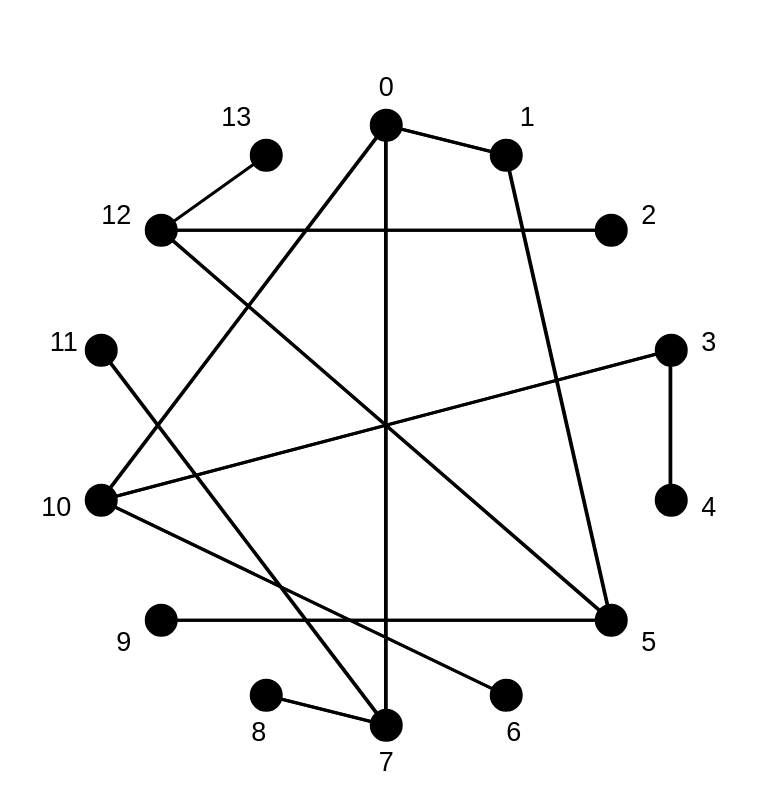
Earlier version of the draw.io diagram graduation-research/midterm/draw.io/IST2.drawio (fjmrytfjsn/5th). Source tidied: cells renumbered, new cells numbered last; positions are measured from the earlier drawing's top-left corner, leaving out a move shared by most shapes. Both pictures are drawn from the tidied source at 150%, with x=0, y=0 at pixel (26, 64).
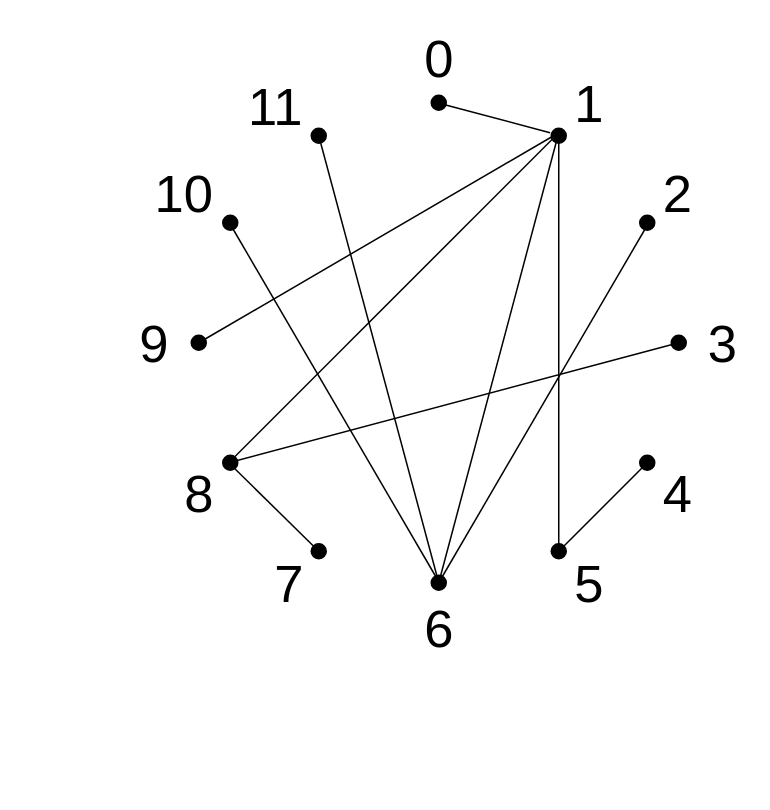
After the change.

Diff of the diagram source:
```diff
@@
-    <mxCell id="2" style="ellipse;whiteSpace=wrap;html=1;fillColor=#000000;fontSize=18;strokeWidth=2;" parent="1" vertex="1">
-      <mxGeometry x="230" y="30" width="20" height="20" as="geometry" />
-    </mxCell>
-    <mxCell id="3" style="ellipse;whiteSpace=wrap;html=1;fillColor=#000000;fontSize=18;strokeWidth=2;" parent="1" vertex="1">
-      <mxGeometry x="230" y="430" width="20" height="20" as="geometry" />
-    </mxCell>
-    <mxCell id="4" style="ellipse;whiteSpace=wrap;html=1;fillColor=#000000;fontSize=18;strokeWidth=2;" parent="1" vertex="1">
-      <mxGeometry x="40" y="280" width="20" height="20" as="geometry" />
-    </mxCell>
-    <mxCell id="5" style="ellipse;whiteSpace=wrap;html=1;fillColor=#000000;fontSize=18;strokeWidth=2;" parent="1" vertex="1">
-      <mxGeometry x="40" y="180" width="20" height="20" as="geometry" />
-    </mxCell>
-    <mxCell id="6" style="ellipse;whiteSpace=wrap;html=1;fillColor=#000000;fontSize=18;strokeWidth=2;" parent="1" vertex="1">
-      <mxGeometry x="80" y="100" width="20" height="20" as="geometry" />
-    </mxCell>
-    <mxCell id="7" style="ellipse;whiteSpace=wrap;html=1;fillColor=#000000;fontSize=18;strokeWidth=2;" parent="1" vertex="1">
-      <mxGeometry x="150" y="50" width="20" height="20" as="geometry" />
-    </mxCell>
-    <mxCell id="8" style="ellipse;whiteSpace=wrap;html=1;fillColor=#000000;fontSize=18;strokeWidth=2;" parent="1" vertex="1">
-      <mxGeometry x="80" y="360" width="20" height="20" as="geometry" />
-    </mxCell>
-    <mxCell id="9" style="ellipse;whiteSpace=wrap;html=1;fillColor=#000000;fontSize=18;strokeWidth=2;" parent="1" vertex="1">
-      <mxGeometry x="150" y="410" width="20" height="20" as="geometry" />
-    </mxCell>
-    <mxCell id="10" style="ellipse;whiteSpace=wrap;html=1;fillColor=#000000;fontSize=18;strokeWidth=2;" parent="1" vertex="1">
-      <mxGeometry x="420" y="280" width="20" height="20" as="geometry" />
-    </mxCell>
-    <mxCell id="11" style="ellipse;whiteSpace=wrap;html=1;fillColor=#000000;fontSize=18;strokeWidth=2;" parent="1" vertex="1">
-      <mxGeometry x="420" y="180" width="20" height="20" as="geometry" />
-    </mxCell>
-    <mxCell id="12" style="ellipse;whiteSpace=wrap;html=1;fillColor=#000000;fontSize=18;strokeWidth=2;" parent="1" vertex="1">
-      <mxGeometry x="380" y="100" width="20" height="20" as="geometry" />
-    </mxCell>
-    <mxCell id="13" style="ellipse;whiteSpace=wrap;html=1;fillColor=#000000;fontSize=18;strokeWidth=2;" parent="1" vertex="1">
-      <mxGeometry x="380" y="360" width="20" height="20" as="geometry" />
-    </mxCell>
-    <mxCell id="14" style="ellipse;whiteSpace=wrap;html=1;fillColor=#000000;fontSize=18;strokeWidth=2;" parent="1" vertex="1">
-      <mxGeometry x="310" y="50" width="20" height="20" as="geometry" />
-    </mxCell>
-    <mxCell id="15" style="ellipse;whiteSpace=wrap;html=1;fillColor=#000000;fontSize=18;strokeWidth=2;" parent="1" vertex="1">
-      <mxGeometry x="310" y="410" width="20" height="20" as="geometry" />
-    </mxCell>
-    <mxCell id="16" style="endArrow=none;html=1;fontSize=18;strokeWidth=2;" parent="1" edge="1">
-      <mxGeometry relative="1" as="geometry">
-        <mxPoint x="320" y="60" as="sourcePoint" />
-        <mxPoint x="240" y="40" as="targetPoint" />
-      </mxGeometry>
-    </mxCell>
-    <mxCell id="17" style="endArrow=none;html=1;fontSize=18;strokeWidth=2;" parent="1" edge="1">
-      <mxGeometry relative="1" as="geometry">
-        <mxPoint x="240" y="440" as="sourcePoint" />
-        <mxPoint x="160" y="420" as="targetPoint" />
-      </mxGeometry>
-    </mxCell>
-    <mxCell id="18" style="endArrow=none;html=1;fontSize=18;strokeWidth=2;" parent="1" edge="1">
-      <mxGeometry relative="1" as="geometry">
-        <mxPoint x="429.7" y="290" as="sourcePoint" />
-        <mxPoint x="429.7" y="190" as="targetPoint" />
-      </mxGeometry>
-    </mxCell>
-    <mxCell id="19" style="endArrow=none;html=1;fontSize=18;strokeWidth=2;" parent="1" edge="1">
-      <mxGeometry relative="1" as="geometry">
-        <mxPoint x="90" y="110" as="sourcePoint" />
-        <mxPoint x="160" y="60" as="targetPoint" />
-      </mxGeometry>
-    </mxCell>
+    <mxCell id="55" style="ellipse;whiteSpace=wrap;html=1;fillColor=#000000;" parent="1" vertex="1">
+      <mxGeometry x="270" y="340" width="10" height="10" as="geometry" />
+    </mxCell>
+    <mxCell id="56" style="ellipse;whiteSpace=wrap;html=1;fillColor=#000000;" parent="1" vertex="1">
+      <mxGeometry x="430" y="180" width="10" height="10" as="geometry" />
+    </mxCell>
+    <mxCell id="57" style="ellipse;whiteSpace=wrap;html=1;fillColor=#000000;" parent="1" vertex="1">
+      <mxGeometry x="110" y="180" width="10" height="10" as="geometry" />
+    </mxCell>
+    <mxCell id="58" style="ellipse;whiteSpace=wrap;html=1;fillColor=#000000;" parent="1" vertex="1">
+      <mxGeometry x="270" y="20" width="10" height="10" as="geometry" />
+    </mxCell>
+    <mxCell id="59" style="ellipse;whiteSpace=wrap;html=1;fillColor=#000000;" parent="1" vertex="1">
+      <mxGeometry x="350" y="319" width="10" height="10" as="geometry" />
+    </mxCell>
+    <mxCell id="60" style="ellipse;whiteSpace=wrap;html=1;fillColor=#000000;" parent="1" vertex="1">
+      <mxGeometry x="190" y="319" width="10" height="10" as="geometry" />
+    </mxCell>
+    <mxCell id="61" style="ellipse;whiteSpace=wrap;html=1;fillColor=#000000;" parent="1" vertex="1">
+      <mxGeometry x="131" y="260" width="10" height="10" as="geometry" />
+    </mxCell>
+    <mxCell id="62" style="ellipse;whiteSpace=wrap;html=1;fillColor=#000000;" parent="1" vertex="1">
+      <mxGeometry x="131" y="100" width="10" height="10" as="geometry" />
+    </mxCell>
+    <mxCell id="63" style="ellipse;whiteSpace=wrap;html=1;fillColor=#000000;" parent="1" vertex="1">
+      <mxGeometry x="190" y="42" width="10" height="10" as="geometry" />
+    </mxCell>
+    <mxCell id="64" style="ellipse;whiteSpace=wrap;html=1;fillColor=#000000;" parent="1" vertex="1">
+      <mxGeometry x="350" y="42" width="10" height="10" as="geometry" />
+    </mxCell>
+    <mxCell id="65" style="ellipse;whiteSpace=wrap;html=1;fillColor=#000000;" parent="1" vertex="1">
+      <mxGeometry x="409" y="100" width="10" height="10" as="geometry" />
+    </mxCell>
+    <mxCell id="66" style="ellipse;whiteSpace=wrap;html=1;fillColor=#000000;" parent="1" vertex="1">
+      <mxGeometry x="409" y="260" width="10" height="10" as="geometry" />
+    </mxCell>
+    <mxCell id="67" style="endArrow=none;html=1;exitX=0.4;exitY=0.5;exitDx=0;exitDy=0;exitPerimeter=0;" parent="1" edge="1" source="61">
+      <mxGeometry relative="1" as="geometry">
+        <mxPoint x="195" y="324" as="targetPoint" />
+      </mxGeometry>
+    </mxCell>
+    <mxCell id="68" style="endArrow=none;html=1;entryX=0;entryY=0.5;entryDx=0;entryDy=0;exitX=0.984;exitY=0.732;exitDx=0;exitDy=0;exitPerimeter=0;" parent="1" edge="1">
+      <mxGeometry relative="1" as="geometry">
+        <mxPoint x="279" y="26.3" as="sourcePoint" />
+        <mxPoint x="349.2" y="45" as="targetPoint" />
+      </mxGeometry>
+    </mxCell>
+    <mxCell id="69" style="endArrow=none;html=1;" parent="1" edge="1">
+      <mxGeometry relative="1" as="geometry">
+        <mxPoint x="358.5" y="320.5" as="sourcePoint" />
+        <mxPoint x="410.5" y="268.5" as="targetPoint" />
+      </mxGeometry>
+    </mxCell>
+    <mxCell id="70" style="endArrow=none;html=1;" parent="1" edge="1">
+      <mxGeometry relative="1" as="geometry">
+        <mxPoint x="276" y="346" as="sourcePoint" />
+        <mxPoint x="136" y="106" as="targetPoint" />
+      </mxGeometry>
+    </mxCell>
+    <mxCell id="71" style="endArrow=none;html=1;exitX=0.5;exitY=0;exitDx=0;exitDy=0;" parent="1" edge="1" source="59" target="64">
+      <mxGeometry relative="1" as="geometry" />
+    </mxCell>
+    <mxCell id="72" style="endArrow=none;html=1;" parent="1" edge="1">
+      <mxGeometry relative="1" as="geometry">
+        <mxPoint x="275" y="345" as="sourcePoint" />
+        <mxPoint x="415" y="105" as="targetPoint" />
+      </mxGeometry>
+    </mxCell>
+    <mxCell id="73" style="endArrow=none;html=1;" parent="1" edge="1">
+      <mxGeometry relative="1" as="geometry">
+        <mxPoint x="355" y="45" as="sourcePoint" />
+        <mxPoint x="115" y="185" as="targetPoint" />
+      </mxGeometry>
+    </mxCell>
+    <mxCell id="74" style="endArrow=none;html=1;" parent="1" edge="1">
+      <mxGeometry relative="1" as="geometry">
+        <mxPoint x="275" y="345" as="sourcePoint" />
+        <mxPoint x="355" y="45" as="targetPoint" />
+      </mxGeometry>
+    </mxCell>
+    <mxCell id="75" style="endArrow=none;html=1;" parent="1" edge="1">
+      <mxGeometry relative="1" as="geometry">
+        <mxPoint x="135" y="265" as="sourcePoint" />
+        <mxPoint x="435" y="185" as="targetPoint" />
+      </mxGeometry>
+    </mxCell>
+    <mxCell id="76" style="endArrow=none;html=1;" parent="1" edge="1" source="63">
+      <mxGeometry relative="1" as="geometry">
+        <mxPoint x="275" y="345" as="targetPoint" />
+      </mxGeometry>
+    </mxCell>
+    <mxCell id="77" style="endArrow=none;html=1;" parent="1" edge="1">
+      <mxGeometry relative="1" as="geometry">
+        <mxPoint x="355" y="45" as="sourcePoint" />
+        <mxPoint x="135" y="265" as="targetPoint" />
+      </mxGeometry>
+    </mxCell>
-    <mxCell id="20" value="0" style="text;html=1;align=center;verticalAlign=middle;fontSize=18;strokeWidth=2;" parent="1" vertex="1">
-      <mxGeometry x="225" width="30" height="30" as="geometry" />
+    <mxCell id="20" value="&lt;font&gt;&lt;font style=&quot;font-size: 35px&quot;&gt;0&lt;/font&gt;&lt;br&gt;&lt;/font&gt;" style="text;html=1;align=center;verticalAlign=middle;" parent="1" vertex="1">
+      <mxGeometry x="260" y="-20" width="30" height="30" as="geometry" />
     </mxCell>
-    <mxCell id="21" value="1" style="text;html=1;align=center;verticalAlign=middle;fontSize=18;strokeWidth=2;" parent="1" vertex="1">
-      <mxGeometry x="319" y="20" width="30" height="30" as="geometry" />
+    <mxCell id="21" value="&lt;font&gt;&lt;font style=&quot;font-size: 35px&quot;&gt;1&lt;/font&gt;&lt;br&gt;&lt;/font&gt;" style="text;html=1;align=center;verticalAlign=middle;" parent="1" vertex="1">
+      <mxGeometry x="360" y="10" width="30" height="30" as="geometry" />
     </mxCell>
-    <mxCell id="22" value="2" style="text;html=1;align=center;verticalAlign=middle;fontSize=18;strokeWidth=2;" parent="1" vertex="1">
-      <mxGeometry x="400" y="85" width="30" height="30" as="geometry" />
+    <mxCell id="22" value="&lt;font&gt;&lt;font style=&quot;font-size: 35px&quot;&gt;2&lt;/font&gt;&lt;br&gt;&lt;/font&gt;" style="text;html=1;align=center;verticalAlign=middle;" parent="1" vertex="1">
+      <mxGeometry x="419" y="70" width="30" height="30" as="geometry" />
     </mxCell>
-    <mxCell id="23" value="3" style="text;html=1;align=center;verticalAlign=middle;fontSize=18;strokeWidth=2;" parent="1" vertex="1">
-      <mxGeometry x="440" y="170" width="30" height="30" as="geometry" />
+    <mxCell id="23" value="&lt;font&gt;&lt;font style=&quot;font-size: 35px&quot;&gt;3&lt;/font&gt;&lt;br&gt;&lt;/font&gt;" style="text;html=1;align=center;verticalAlign=middle;" parent="1" vertex="1">
+      <mxGeometry x="449" y="170" width="30" height="30" as="geometry" />
     </mxCell>
-    <mxCell id="24" value="4" style="text;html=1;align=center;verticalAlign=middle;fontSize=18;strokeWidth=2;" parent="1" vertex="1">
-      <mxGeometry x="440" y="280" width="30" height="30" as="geometry" />
+    <mxCell id="24" value="&lt;font&gt;&lt;font style=&quot;font-size: 35px&quot;&gt;4&lt;/font&gt;&lt;br&gt;&lt;/font&gt;" style="text;html=1;align=center;verticalAlign=middle;" parent="1" vertex="1">
+      <mxGeometry x="419" y="270" width="30" height="30" as="geometry" />
     </mxCell>
-    <mxCell id="25" value="5" style="text;html=1;align=center;verticalAlign=middle;fontSize=18;strokeWidth=2;" parent="1" vertex="1">
-      <mxGeometry x="400" y="370" width="30" height="30" as="geometry" />
+    <mxCell id="25" value="&lt;font&gt;&lt;font style=&quot;font-size: 35px&quot;&gt;5&lt;/font&gt;&lt;br&gt;&lt;/font&gt;" style="text;html=1;align=center;verticalAlign=middle;" parent="1" vertex="1">
+      <mxGeometry x="360" y="330" width="30" height="30" as="geometry" />
     </mxCell>
-    <mxCell id="26" value="6" style="text;html=1;align=center;verticalAlign=middle;fontSize=18;strokeWidth=2;" parent="1" vertex="1">
-      <mxGeometry x="310" y="430" width="30" height="30" as="geometry" />
+    <mxCell id="26" value="&lt;font&gt;&lt;font style=&quot;font-size: 35px&quot;&gt;6&lt;/font&gt;&lt;br&gt;&lt;/font&gt;" style="text;html=1;align=center;verticalAlign=middle;" parent="1" vertex="1">
+      <mxGeometry x="260" y="360" width="30" height="30" as="geometry" />
     </mxCell>
-    <mxCell id="27" value="7" style="text;html=1;align=center;verticalAlign=middle;fontSize=18;strokeWidth=2;" parent="1" vertex="1">
-      <mxGeometry x="225" y="450" width="30" height="30" as="geometry" />
+    <mxCell id="27" value="&lt;font&gt;&lt;font style=&quot;font-size: 35px&quot;&gt;7&lt;/font&gt;&lt;br&gt;&lt;/font&gt;" style="text;html=1;align=center;verticalAlign=middle;" parent="1" vertex="1">
+      <mxGeometry x="160" y="330" width="30" height="30" as="geometry" />
     </mxCell>
-    <mxCell id="28" value="8" style="text;html=1;align=center;verticalAlign=middle;fontSize=18;strokeWidth=2;" parent="1" vertex="1">
-      <mxGeometry x="140" y="430" width="30" height="30" as="geometry" />
+    <mxCell id="28" value="&lt;font&gt;&lt;font style=&quot;font-size: 35px&quot;&gt;8&lt;/font&gt;&lt;br&gt;&lt;/font&gt;" style="text;html=1;align=center;verticalAlign=middle;" parent="1" vertex="1">
+      <mxGeometry x="100" y="270" width="30" height="30" as="geometry" />
     </mxCell>
-    <mxCell id="29" value="9" style="text;html=1;align=center;verticalAlign=middle;fontSize=18;strokeWidth=2;" parent="1" vertex="1">
-      <mxGeometry x="50" y="370" width="30" height="30" as="geometry" />
+    <mxCell id="29" value="&lt;font&gt;&lt;font style=&quot;font-size: 35px&quot;&gt;9&lt;/font&gt;&lt;br&gt;&lt;/font&gt;" style="text;html=1;align=center;verticalAlign=middle;" parent="1" vertex="1">
+      <mxGeometry x="70" y="170" width="30" height="30" as="geometry" />
     </mxCell>
-    <mxCell id="30" value="10" style="text;html=1;align=center;verticalAlign=middle;fontSize=18;strokeWidth=2;" parent="1" vertex="1">
-      <mxGeometry y="280" width="40" height="30" as="geometry" />
+    <mxCell id="30" value="&lt;font&gt;&lt;font style=&quot;font-size: 35px&quot;&gt;10&lt;/font&gt;&lt;br&gt;&lt;/font&gt;" style="text;html=1;align=center;verticalAlign=middle;" parent="1" vertex="1">
+      <mxGeometry x="80" y="70" width="50" height="30" as="geometry" />
     </mxCell>
-    <mxCell id="31" value="11" style="text;html=1;align=center;verticalAlign=middle;fontSize=18;strokeWidth=2;" parent="1" vertex="1">
-      <mxGeometry x="10" y="170" width="30" height="30" as="geometry" />
+    <mxCell id="31" value="&lt;font&gt;&lt;font style=&quot;font-size: 35px&quot;&gt;11&lt;/font&gt;&lt;br&gt;&lt;/font&gt;" style="text;html=1;align=center;verticalAlign=middle;" parent="1" vertex="1">
+      <mxGeometry x="141" y="12" width="50" height="30" as="geometry" />
     </mxCell>
-    <mxCell id="32" value="12" style="text;html=1;align=center;verticalAlign=middle;fontSize=18;strokeWidth=2;" parent="1" vertex="1">
-      <mxGeometry x="40" y="85" width="40" height="30" as="geometry" />
-    </mxCell>
-    <mxCell id="33" value="13" style="text;html=1;align=center;verticalAlign=middle;fontSize=18;strokeWidth=2;" parent="1" vertex="1">
-      <mxGeometry x="120" y="20" width="40" height="30" as="geometry" />
-    </mxCell>
-    <mxCell id="34" style="endArrow=none;html=1;strokeWidth=2;" parent="1" edge="1">
-      <mxGeometry relative="1" as="geometry">
-        <mxPoint x="390" y="370" as="sourcePoint" />
-        <mxPoint x="320" y="60" as="targetPoint" />
-      </mxGeometry>
-    </mxCell>
-    <mxCell id="35" style="endArrow=none;html=1;strokeWidth=2;" parent="1" edge="1">
-      <mxGeometry relative="1" as="geometry">
-        <mxPoint x="50" y="290" as="sourcePoint" />
-        <mxPoint x="320" y="420" as="targetPoint" />
-      </mxGeometry>
-    </mxCell>
-    <mxCell id="36" style="endArrow=none;html=1;strokeWidth=2;" parent="1" edge="1">
-      <mxGeometry relative="1" as="geometry">
-        <mxPoint x="390" y="370" as="sourcePoint" />
-        <mxPoint x="90" y="370" as="targetPoint" />
-      </mxGeometry>
-    </mxCell>
-    <mxCell id="37" style="endArrow=none;html=1;strokeWidth=2;" parent="1" edge="1">
-      <mxGeometry relative="1" as="geometry">
-        <mxPoint x="50" y="190" as="sourcePoint" />
-        <mxPoint x="240" y="440" as="targetPoint" />
-      </mxGeometry>
-    </mxCell>
-    <mxCell id="38" style="endArrow=none;html=1;strokeWidth=2;" parent="1" edge="1">
-      <mxGeometry relative="1" as="geometry">
-        <mxPoint x="240" y="40" as="sourcePoint" />
-        <mxPoint x="50" y="290" as="targetPoint" />
-      </mxGeometry>
-    </mxCell>
-    <mxCell id="39" style="endArrow=none;html=1;strokeWidth=2;" parent="1" edge="1">
-      <mxGeometry relative="1" as="geometry">
-        <mxPoint x="390" y="110" as="sourcePoint" />
-        <mxPoint x="90" y="110" as="targetPoint" />
-      </mxGeometry>
-    </mxCell>
-    <mxCell id="40" style="endArrow=none;html=1;strokeWidth=2;" parent="1" edge="1">
-      <mxGeometry relative="1" as="geometry">
-        <mxPoint x="240" y="440" as="sourcePoint" />
-        <mxPoint x="240" y="40" as="targetPoint" />
-      </mxGeometry>
-    </mxCell>
-    <mxCell id="41" style="endArrow=none;html=1;strokeWidth=2;" parent="1" edge="1">
-      <mxGeometry relative="1" as="geometry">
-        <mxPoint x="390" y="370" as="sourcePoint" />
-        <mxPoint x="90" y="110" as="targetPoint" />
-      </mxGeometry>
-    </mxCell>
-    <mxCell id="42" style="endArrow=none;html=1;strokeWidth=2;" parent="1" edge="1">
-      <mxGeometry relative="1" as="geometry">
-        <mxPoint x="430" y="190" as="sourcePoint" />
-        <mxPoint x="50" y="290" as="targetPoint" />
-      </mxGeometry>
-    </mxCell>
-    <mxCell id="43" style="endArrow=none;html=1;fontSize=18;strokeWidth=2;" parent="1" edge="1">
-      <mxGeometry relative="1" as="geometry">
-        <mxPoint x="239.5" y="440" as="sourcePoint" />
-        <mxPoint x="159.5" y="420" as="targetPoint" />
-      </mxGeometry>
-    </mxCell>
-    <mxCell id="44" style="endArrow=none;html=1;strokeWidth=2;" parent="1" edge="1">
-      <mxGeometry relative="1" as="geometry">
-        <mxPoint x="389.5" y="370" as="sourcePoint" />
-        <mxPoint x="89.5" y="370" as="targetPoint" />
-      </mxGeometry>
-    </mxCell>
-    <mxCell id="45" style="endArrow=none;html=1;strokeWidth=2;" parent="1" edge="1">
-      <mxGeometry relative="1" as="geometry">
-        <mxPoint x="49.5" y="190" as="sourcePoint" />
-        <mxPoint x="239.5" y="440" as="targetPoint" />
-      </mxGeometry>
-    </mxCell>
-    <mxCell id="46" style="endArrow=none;html=1;strokeWidth=2;" parent="1" edge="1">
-      <mxGeometry relative="1" as="geometry">
-        <mxPoint x="49.5" y="290" as="sourcePoint" />
-        <mxPoint x="319.5" y="420" as="targetPoint" />
-      </mxGeometry>
-    </mxCell>
-    <mxCell id="47" style="endArrow=none;html=1;strokeWidth=2;" parent="1" edge="1">
-      <mxGeometry relative="1" as="geometry">
-        <mxPoint x="389.5" y="370" as="sourcePoint" />
-        <mxPoint x="89.5" y="110" as="targetPoint" />
-      </mxGeometry>
-    </mxCell>
-    <mxCell id="48" style="endArrow=none;html=1;strokeWidth=2;" parent="1" edge="1">
-      <mxGeometry relative="1" as="geometry">
-        <mxPoint x="389.5" y="370" as="sourcePoint" />
-        <mxPoint x="319.5" y="60" as="targetPoint" />
-      </mxGeometry>
-    </mxCell>
-    <mxCell id="49" style="endArrow=none;html=1;fontSize=18;strokeWidth=2;" parent="1" edge="1">
-      <mxGeometry relative="1" as="geometry">
-        <mxPoint x="429.2" y="290" as="sourcePoint" />
-        <mxPoint x="429.2" y="190" as="targetPoint" />
-      </mxGeometry>
-    </mxCell>
-    <mxCell id="50" style="endArrow=none;html=1;strokeWidth=2;" parent="1" edge="1">
-      <mxGeometry relative="1" as="geometry">
-        <mxPoint x="429.5" y="190" as="sourcePoint" />
-        <mxPoint x="49.5" y="290" as="targetPoint" />
-      </mxGeometry>
-    </mxCell>
-    <mxCell id="51" style="endArrow=none;html=1;strokeWidth=2;" parent="1" edge="1">
-      <mxGeometry relative="1" as="geometry">
-        <mxPoint x="389.5" y="110" as="sourcePoint" />
-        <mxPoint x="89.5" y="110" as="targetPoint" />
-      </mxGeometry>
-    </mxCell>
-    <mxCell id="52" style="endArrow=none;html=1;fontSize=18;strokeWidth=2;" parent="1" edge="1">
-      <mxGeometry relative="1" as="geometry">
-        <mxPoint x="319.5" y="60" as="sourcePoint" />
-        <mxPoint x="239.5" y="40" as="targetPoint" />
-      </mxGeometry>
-    </mxCell>
-    <mxCell id="53" style="endArrow=none;html=1;strokeWidth=2;" parent="1" edge="1">
-      <mxGeometry relative="1" as="geometry">
-        <mxPoint x="239.5" y="40" as="sourcePoint" />
-        <mxPoint x="49.5" y="290" as="targetPoint" />
-      </mxGeometry>
-    </mxCell>
-    <mxCell id="54" style="endArrow=none;html=1;strokeWidth=2;" parent="1" edge="1">
-      <mxGeometry relative="1" as="geometry">
-        <mxPoint x="239.5" y="440" as="sourcePoint" />
-        <mxPoint x="239.5" y="40" as="targetPoint" />
-      </mxGeometry>
-    </mxCell>
```
